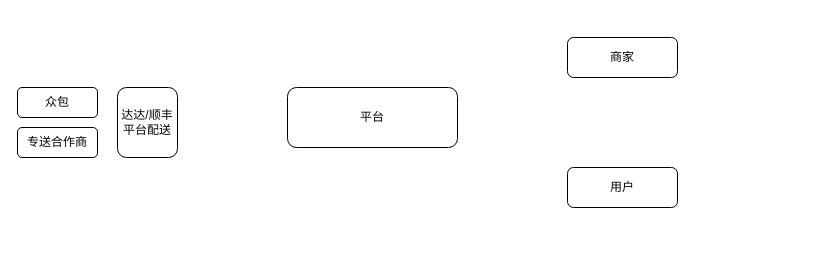
Earlier version of the draw.io diagram 未命名绘图.drawio (kevinlynx/test). Source tidied: cells renumbered, new cells numbered last; positions are measured from the earlier drawing's top-left corner, leaving out a move shared by most shapes. Both pictures are drawn from the tidied source at 100%, with x=0, y=0 at pixel (17, 37).
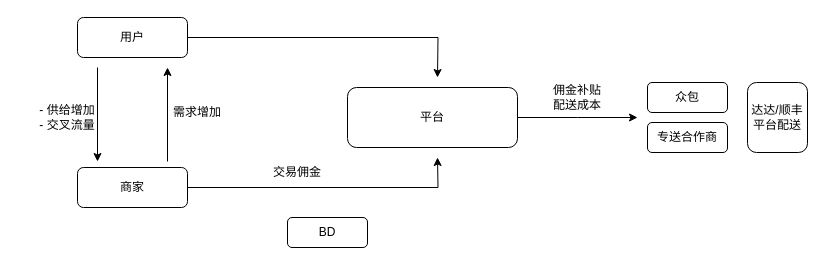
After the change.

Commit message (it also covers changes not shown here):
更新未命名绘图.drawio

The edit, as a diff of the source:
```diff
@@
+    <mxCell id="9" style="edgeStyle=orthogonalEdgeStyle;rounded=0;jettySize=auto;html=1;exitX=1;exitY=0.5;exitDx=0;exitDy=0;" parent="1" edge="1" source="2">
+      <mxGeometry relative="1" as="geometry">
+        <mxPoint x="620" y="80" as="targetPoint" />
+      </mxGeometry>
+    </mxCell>
     <mxCell id="2" value="平台" style="rounded=1;whiteSpace=wrap;html=1;" parent="1" vertex="1">
-      <mxGeometry x="270" y="50" width="170" height="60" as="geometry" />
+      <mxGeometry x="330" y="50" width="170" height="60" as="geometry" />
     </mxCell>
+    <mxCell id="10" style="edgeStyle=orthogonalEdgeStyle;rounded=0;jettySize=auto;html=1;exitX=1;exitY=0.5;exitDx=0;exitDy=0;" parent="1" edge="1" source="3">
+      <mxGeometry relative="1" as="geometry">
+        <mxPoint x="420" y="120" as="targetPoint" />
+      </mxGeometry>
+    </mxCell>
     <mxCell id="3" value="商家" style="rounded=1;whiteSpace=wrap;html=1;" parent="1" vertex="1">
-      <mxGeometry x="550" width="110" height="40" as="geometry" />
+      <mxGeometry x="60" y="130" width="110" height="40" as="geometry" />
     </mxCell>
+    <mxCell id="11" style="edgeStyle=orthogonalEdgeStyle;rounded=0;jettySize=auto;html=1;exitX=1;exitY=0.5;exitDx=0;exitDy=0;" parent="1" edge="1" source="4">
+      <mxGeometry relative="1" as="geometry">
+        <mxPoint x="420" y="40" as="targetPoint" />
+      </mxGeometry>
+    </mxCell>
     <mxCell id="4" value="用户" style="rounded=1;whiteSpace=wrap;html=1;" parent="1" vertex="1">
-      <mxGeometry x="550" y="130" width="110" height="40" as="geometry" />
+      <mxGeometry x="60" y="-20" width="110" height="40" as="geometry" />
     </mxCell>
     <mxCell id="5" style="group;" parent="1" vertex="1">
-      <mxGeometry y="50" width="160" height="70" as="geometry" />
+      <mxGeometry x="630" y="45" width="160" height="70" as="geometry" />
     </mxCell>
@@
+    <mxCell id="12" value="BD" style="rounded=1;whiteSpace=wrap;html=1;" parent="1" vertex="1">
+      <mxGeometry x="270" y="180" width="80" height="30" as="geometry" />
+    </mxCell>
+    <mxCell id="13" value="佣金补贴&lt;br&gt;配送成本" style="text;html=1;strokeColor=none;fillColor=none;align=center;verticalAlign=middle;whiteSpace=wrap;rounded=0;" parent="1" vertex="1">
+      <mxGeometry x="530" y="45" width="60" height="30" as="geometry" />
+    </mxCell>
+    <mxCell id="14" value="交易佣金" style="text;html=1;strokeColor=none;fillColor=none;align=center;verticalAlign=middle;whiteSpace=wrap;rounded=0;" parent="1" vertex="1">
+      <mxGeometry x="250" y="120" width="60" height="30" as="geometry" />
+    </mxCell>
+    <mxCell id="15" style="endArrow=classic;html=1;rounded=0;" parent="1" edge="1">
+      <mxGeometry relative="1" as="geometry">
+        <mxPoint x="150" y="124" as="sourcePoint" />
+        <mxPoint x="150" y="30" as="targetPoint" />
+      </mxGeometry>
+    </mxCell>
+    <mxCell id="16" style="endArrow=classic;html=1;rounded=0;" parent="1" edge="1">
+      <mxGeometry relative="1" as="geometry">
+        <mxPoint x="80" y="30" as="sourcePoint" />
+        <mxPoint x="80" y="124" as="targetPoint" />
+      </mxGeometry>
+    </mxCell>
+    <mxCell id="17" value="- 供给增加&lt;br&gt;- 交叉流量" style="text;html=1;strokeColor=none;fillColor=none;align=center;verticalAlign=middle;whiteSpace=wrap;rounded=0;" parent="1" vertex="1">
+      <mxGeometry x="20" y="65" width="60" height="30" as="geometry" />
+    </mxCell>
+    <mxCell id="18" value="需求增加" style="text;html=1;strokeColor=none;fillColor=none;align=center;verticalAlign=middle;whiteSpace=wrap;rounded=0;" parent="1" vertex="1">
+      <mxGeometry x="150" y="60" width="60" height="30" as="geometry" />
+    </mxCell>
```
